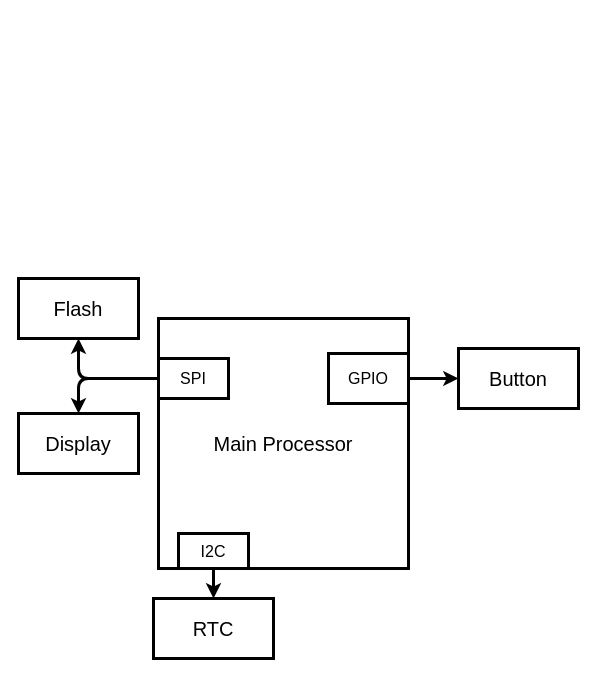
This is docs/diagrams/exports/hardware.drawio from kiemonbb/Citadel, a draw.io file, before an edit. Source tidied: cells renumbered, new cells numbered last; positions are measured from the earlier drawing's top-left corner, leaving out a move shared by most shapes. Both pictures are drawn from the tidied source at 100%, with x=0, y=0 at pixel (18, 278).
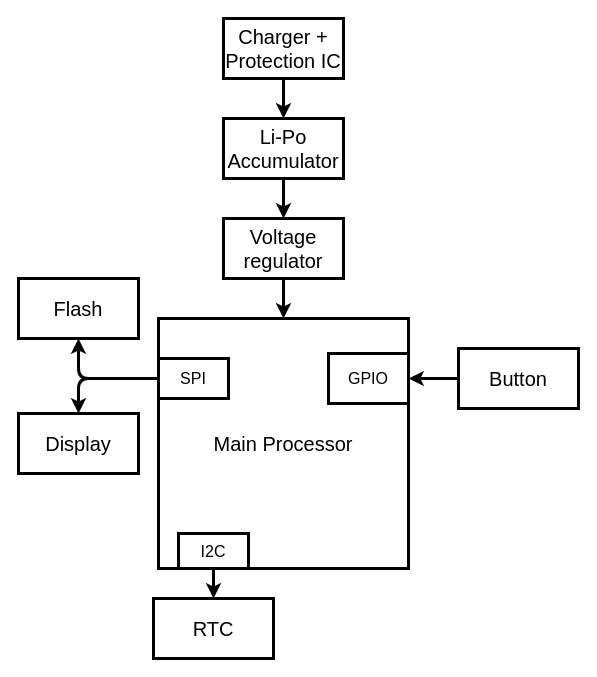
The same diagram, later.

Commit message (it also covers changes not shown here):
Update hardware diagram files

The change refers to these unchanged cells:
```xml
<mxCell id="2" value="&lt;font style=&quot;font-size: 20px;&quot;&gt;Main Processor&lt;/font&gt;" style="rounded=0;whiteSpace=wrap;html=1;strokeWidth=3;" parent="1" vertex="1">
  <mxGeometry x="140" y="40" width="250" height="250" as="geometry" />
</mxCell>
<mxCell id="6" value="&lt;font style=&quot;font-size: 16px;&quot;&gt;GPIO&lt;/font&gt;" style="rounded=0;whiteSpace=wrap;html=1;strokeWidth=3;" parent="1" vertex="1">
  <mxGeometry x="310" y="75" width="80" height="50" as="geometry" />
</mxCell>
<mxCell id="8" value="&lt;font style=&quot;font-size: 20px;&quot;&gt;Button&lt;/font&gt;" style="rounded=0;whiteSpace=wrap;html=1;strokeWidth=3;" parent="1" vertex="1">
  <mxGeometry x="440" y="70" width="120" height="60" as="geometry" />
</mxCell>
```

The edit, as a diff of the source:
```diff
@@
-    <mxCell id="5" style="edgeStyle=orthogonalEdgeStyle;rounded=0;jettySize=auto;html=1;exitX=1;exitY=0.5;exitDx=0;exitDy=0;entryX=0;entryY=0.5;entryDx=0;entryDy=0;strokeWidth=3;" parent="1" edge="1" source="6" target="8">
+    <mxCell id="5" style="edgeStyle=orthogonalEdgeStyle;rounded=0;jettySize=auto;html=1;strokeWidth=3;entryX=1;entryY=0.5;entryDx=0;entryDy=0;exitX=0;exitY=0.5;exitDx=0;exitDy=0;" parent="1" edge="1" source="8" target="6">
       <mxGeometry relative="1" as="geometry" />
     </mxCell>
@@
+    <mxCell id="14" style="edgeStyle=orthogonalEdgeStyle;rounded=0;jettySize=auto;html=1;entryX=0.5;entryY=0;entryDx=0;entryDy=0;strokeWidth=3;" parent="1" edge="1" source="15" target="2">
+      <mxGeometry relative="1" as="geometry" />
+    </mxCell>
+    <mxCell id="15" value="&lt;font style=&quot;font-size: 20px;&quot;&gt;Voltage regulator&lt;/font&gt;" style="rounded=0;whiteSpace=wrap;html=1;strokeWidth=3;" parent="1" vertex="1">
+      <mxGeometry x="205" y="-60" width="120" height="60" as="geometry" />
+    </mxCell>
+    <mxCell id="16" style="edgeStyle=orthogonalEdgeStyle;rounded=0;jettySize=auto;html=1;entryX=0.5;entryY=0;entryDx=0;entryDy=0;strokeWidth=3;" parent="1" edge="1" source="17" target="15">
+      <mxGeometry relative="1" as="geometry" />
+    </mxCell>
+    <mxCell id="17" value="&lt;font style=&quot;font-size: 20px;&quot;&gt;Li-Po Accumulator&lt;/font&gt;" style="rounded=0;whiteSpace=wrap;html=1;strokeWidth=3;" parent="1" vertex="1">
+      <mxGeometry x="205" y="-160" width="120" height="60" as="geometry" />
+    </mxCell>
+    <mxCell id="18" style="edgeStyle=orthogonalEdgeStyle;rounded=0;jettySize=auto;html=1;entryX=0.5;entryY=0;entryDx=0;entryDy=0;strokeWidth=3;" parent="1" edge="1" source="19" target="17">
+      <mxGeometry relative="1" as="geometry" />
+    </mxCell>
+    <mxCell id="19" value="&lt;font style=&quot;font-size: 20px;&quot;&gt;Charger + Protection IC&lt;/font&gt;" style="rounded=0;whiteSpace=wrap;html=1;strokeWidth=3;" parent="1" vertex="1">
+      <mxGeometry x="205" y="-260" width="120" height="60" as="geometry" />
+    </mxCell>
```
